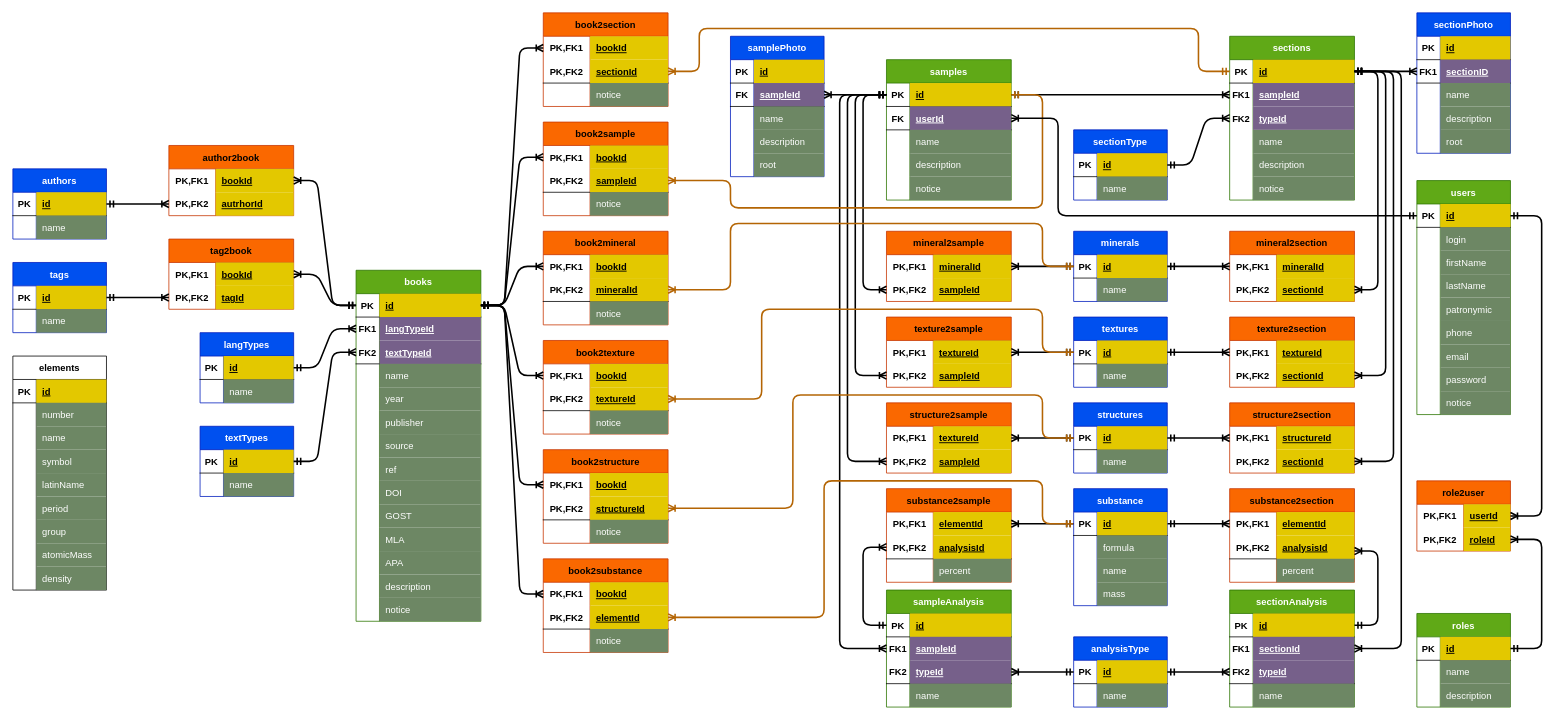
Earlier version of the draw.io diagram geoDB.drawio (bipolar0wl/geoDB). Source tidied: cells renumbered, new cells numbered last; positions are measured from the earlier drawing's top-left corner, leaving out a move shared by most shapes. Both pictures are drawn from the tidied source at 78%, with x=0, y=0 at pixel (12, 12).
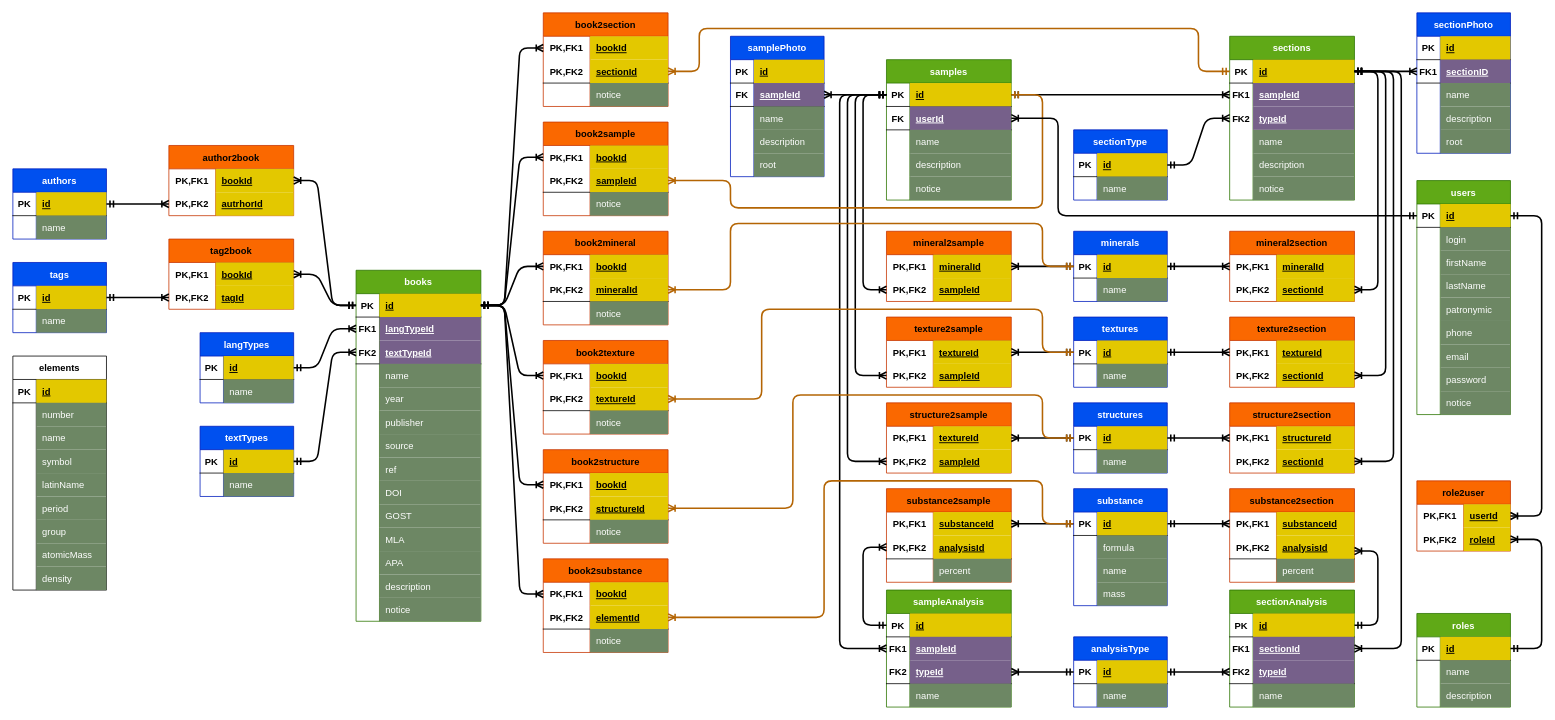
The same diagram, later.

The change refers to these unchanged cells:
```xml
<mxCell id="3" style="shape=partialRectangle;fillColor=none;top=0;left=0;bottom=0;right=0;points=[[0,0.5],[1,0.5]];portConstraint=eastwest;" parent="2" vertex="1">
  <mxGeometry y="30" width="160" height="30" as="geometry" />
</mxCell>
<mxCell id="344" style="shape=partialRectangle;fillColor=none;top=0;left=0;bottom=0;right=0;points=[[0,0.5],[1,0.5]];portConstraint=eastwest;" parent="343" vertex="1">
  <mxGeometry y="30" width="160" height="30" as="geometry" />
</mxCell>
```

What changed in the source:
```diff
@@
-    <mxCell id="5" value="elementId" style="shape=partialRectangle;fillColor=#e3c800;top=0;left=0;bottom=0;right=0;align=left;spacingLeft=6;fontStyle=5;overflow=hidden;fontColor=#000000;strokeColor=#B09500;" parent="3" vertex="1">
+    <mxCell id="5" value="substanceId" style="shape=partialRectangle;fillColor=#e3c800;top=0;left=0;bottom=0;right=0;align=left;spacingLeft=6;fontStyle=5;overflow=hidden;fontColor=#000000;strokeColor=#B09500;" parent="3" vertex="1">
       <mxGeometry x="60" width="100" height="30" as="geometry" />
     </mxCell>
@@
-    <mxCell id="346" value="elementId" style="shape=partialRectangle;fillColor=#e3c800;top=0;left=0;bottom=0;right=0;align=left;spacingLeft=6;fontStyle=5;overflow=hidden;fontColor=#000000;strokeColor=#B09500;" parent="344" vertex="1">
+    <mxCell id="346" value="substanceId" style="shape=partialRectangle;fillColor=#e3c800;top=0;left=0;bottom=0;right=0;align=left;spacingLeft=6;fontStyle=5;overflow=hidden;fontColor=#000000;strokeColor=#B09500;" parent="344" vertex="1">
       <mxGeometry x="60" width="100" height="30" as="geometry" />
     </mxCell>
```
